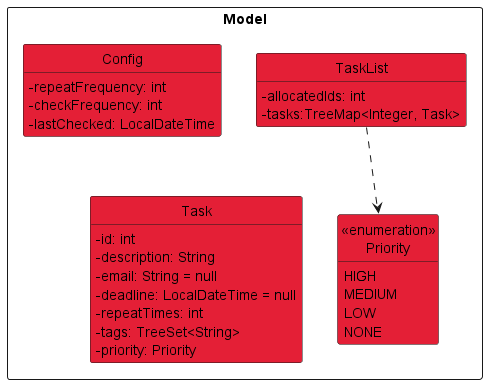
Above: docs/images/ModelClassDiagram.png in nus-cs2113-AY2223S2/tp (PlantUML), before the change. Source of this version:
```plantuml
@startuml
!include style.puml
hide methods

package Model <<Rectangle>>{
    class Task COLOR_TASK_LIST {
        -id: int
        -description: String
        -email: String = null
        -deadline: LocalDateTime = null
        -repeatTimes: int
        -tags: TreeSet<String>
        -priority: Priority
    }
    class "<<enumeration>>\nPriority" as Priority COLOR_TASK_LIST {
        HIGH
        MEDIUM
        LOW
        NONE
    }
    class TaskList COLOR_TASK_LIST {
        -allocatedIds: int
        -tasks:TreeMap<Integer, Task>
    }
    class Config COLOR_TASK_LIST {
        -repeatFrequency: int
        -checkFrequency: int
        -lastChecked: LocalDateTime
    }
}

TaskList ..> Priority
TaskList -[hidden]-> Task
@enduml
```
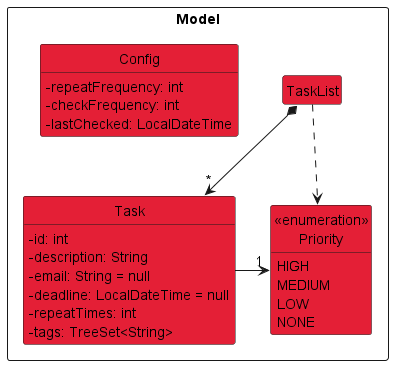
After the change.

Change to the diagram source:
```diff
@@ -1,6 +1,6 @@
 @startuml
 !include style.puml
-hide methods
+hide empty members
 
 package Model <<Rectangle>>{
     class Task COLOR_TASK_LIST {
@@ -10,7 +10,6 @@
         -deadline: LocalDateTime = null
         -repeatTimes: int
         -tags: TreeSet<String>
-        -priority: Priority
     }
     class "<<enumeration>>\nPriority" as Priority COLOR_TASK_LIST {
         HIGH
@@ -18,10 +17,7 @@
         LOW
         NONE
     }
-    class TaskList COLOR_TASK_LIST {
-        -allocatedIds: int
-        -tasks:TreeMap<Integer, Task>
-    }
+    class TaskList COLOR_TASK_LIST
     class Config COLOR_TASK_LIST {
         -repeatFrequency: int
         -checkFrequency: int
@@ -30,5 +26,6 @@
 }
 
 TaskList ..> Priority
-TaskList -[hidden]-> Task
+Task -r-> "1" Priority
+TaskList *-d-> "*" Task
 @enduml
```
